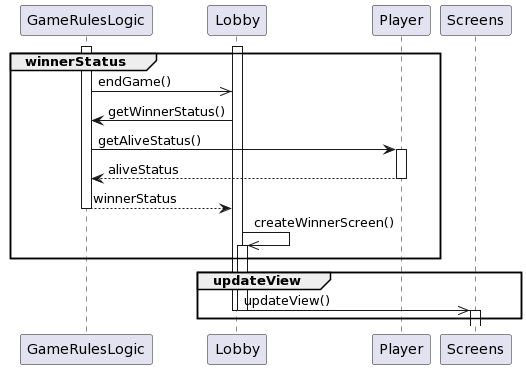
PrismFox/tron-game keeps this PlantUML diagram as doku-game/UC-9.png. Above is the earlier version. Its diagram source:
```plantuml
@startuml
group winnerStatus
 activate GameRulesLogic
 activate Lobby
  GameRulesLogic ->> Lobby: endGame()

  Lobby -> GameRulesLogic: getWinnerStatus()

  GameRulesLogic -> Player: getAliveStatus()
  activate Player
  Player --> GameRulesLogic: aliveStatus
  deactivate Player
  GameRulesLogic --> Lobby: winnerStatus
  deactivate GameRulesLogic

  Lobby ->> Lobby: createWinnerScreen()
  activate Lobby

end

group updateView

  Lobby ->> Screens: updateView()
  deactivate Lobby
  deactivate Lobby
  activate Screens
  deactivate Screens

end
@enduml
```
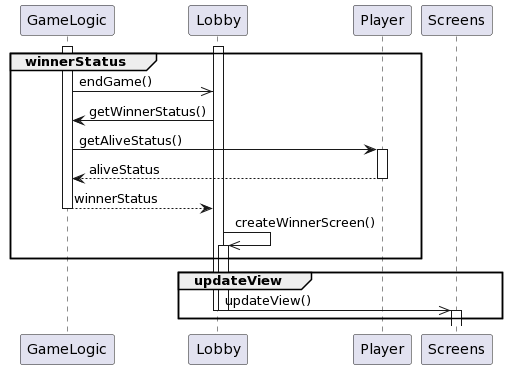
The same diagram one commit later.

Change to the diagram source:
```diff
@@ -1,17 +1,17 @@
 @startuml
 group winnerStatus
- activate GameRulesLogic
+ activate GameLogic
  activate Lobby
-  GameRulesLogic ->> Lobby: endGame()
+  GameLogic ->> Lobby: endGame()
 
-  Lobby -> GameRulesLogic: getWinnerStatus()
+  Lobby -> GameLogic: getWinnerStatus()
 
-  GameRulesLogic -> Player: getAliveStatus()
+  GameLogic -> Player: getAliveStatus()
   activate Player
-  Player --> GameRulesLogic: aliveStatus
+  Player --> GameLogic: aliveStatus
   deactivate Player
-  GameRulesLogic --> Lobby: winnerStatus
-  deactivate GameRulesLogic
+  GameLogic --> Lobby: winnerStatus
+  deactivate GameLogic
 
   Lobby ->> Lobby: createWinnerScreen()
   activate Lobby
```
